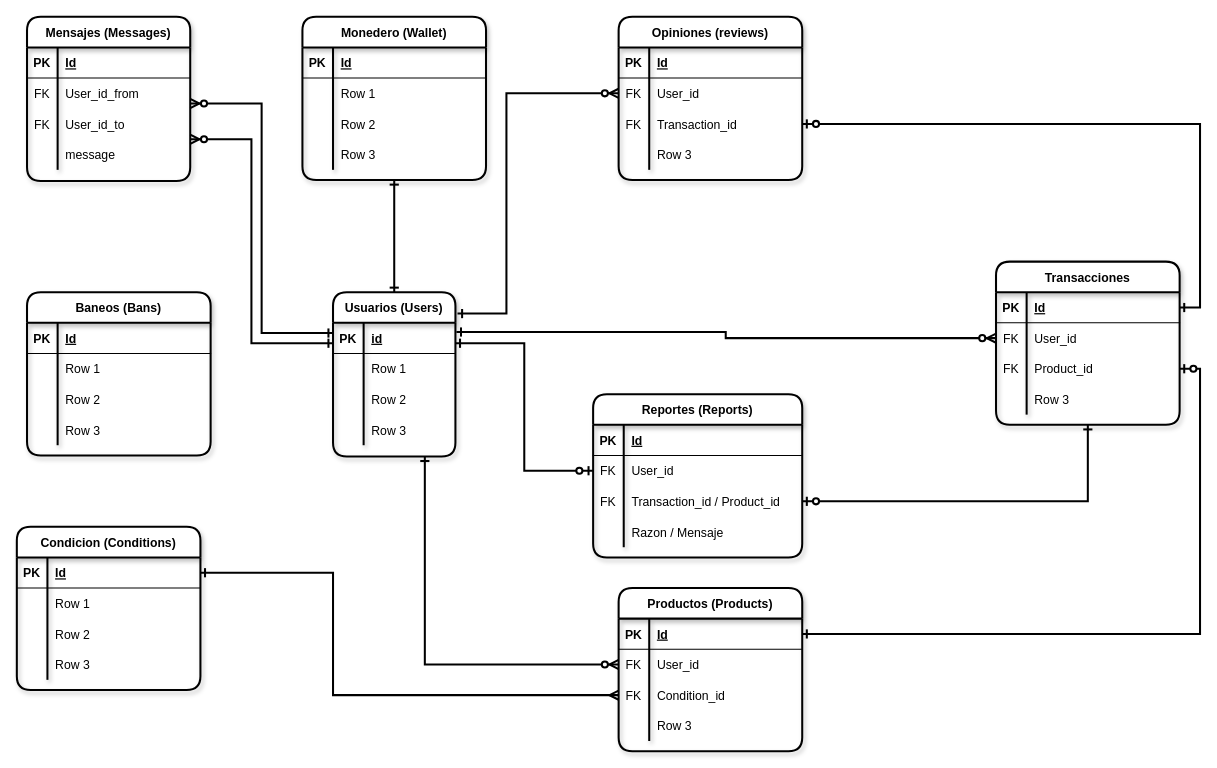
Above: document/ER_db_0.1.drawio in jflorido94/apiG4A (draw.io), before the change. Source tidied: cells renumbered, new cells numbered last; positions are measured from the earlier drawing's top-left corner, leaving out a move shared by most shapes. Both pictures are drawn from the tidied source at 102%, with x=0, y=0 at pixel (16, 16).
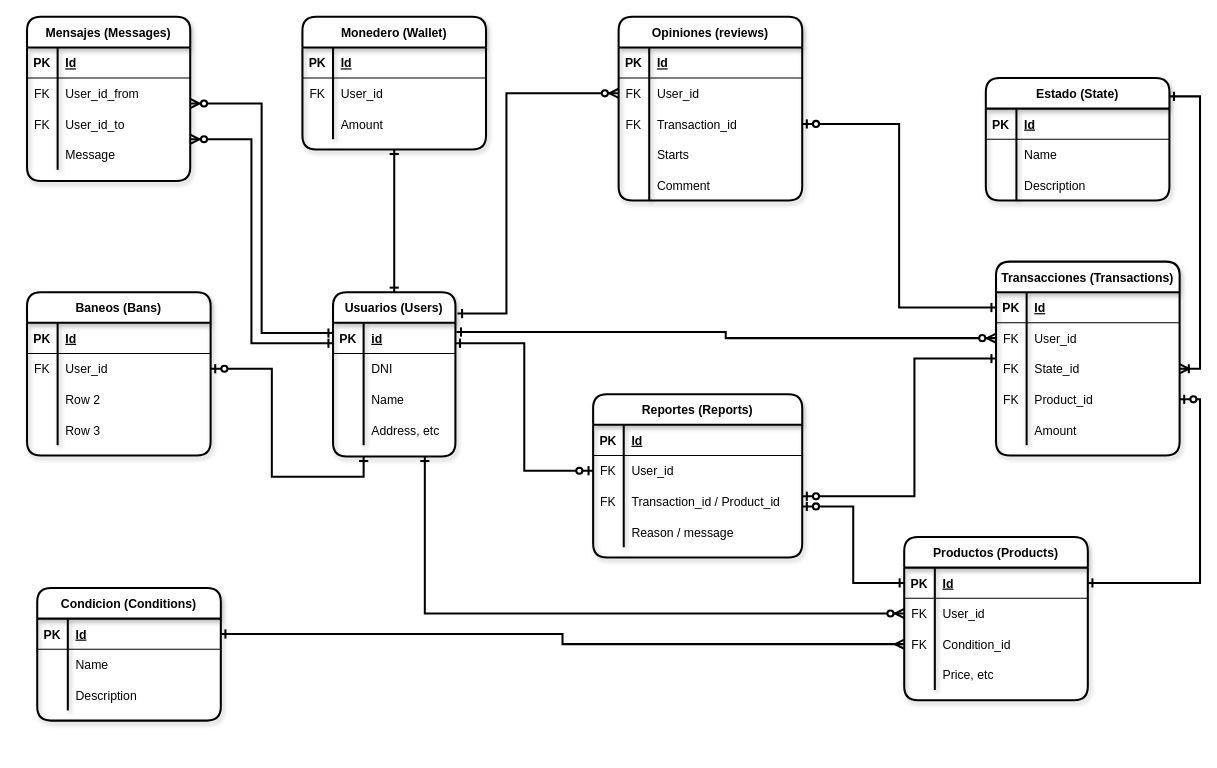
After the change.

Unchanged cells that the change refers to:
```xml
<mxCell id="2" value="Usuarios (Users)" style="shape=table;startSize=30;childLayout=tableLayout;rowLines=0;fontStyle=1;align=center;rounded=1;shadow=1;sketch=0;strokeWidth=2;" parent="1" vertex="1">
  <mxGeometry x="310" y="270" width="120" height="161" as="geometry" />
</mxCell>
<mxCell id="6" style="shape=partialRectangle;fillColor=none;top=0;left=0;bottom=0;right=0;" parent="2" vertex="1">
  <mxGeometry y="60" width="120" height="30" as="geometry" />
</mxCell>
<mxCell id="9" style="shape=partialRectangle;fillColor=none;top=0;left=0;bottom=0;right=0;" parent="2" vertex="1">
  <mxGeometry y="90" width="120" height="30" as="geometry" />
</mxCell>
<mxCell id="12" style="shape=partialRectangle;fillColor=none;top=0;left=0;bottom=0;right=0;" parent="2" vertex="1">
  <mxGeometry y="120" width="120" height="30" as="geometry" />
</mxCell>
<mxCell id="20" style="shape=partialRectangle;fillColor=none;top=0;left=0;bottom=0;right=0;" parent="16" vertex="1">
  <mxGeometry y="60" width="180" height="30" as="geometry" />
</mxCell>
<mxCell id="23" style="shape=partialRectangle;fillColor=none;top=0;left=0;bottom=0;right=0;" parent="16" vertex="1">
  <mxGeometry y="90" width="180" height="30" as="geometry" />
</mxCell>
<mxCell id="39" style="shape=partialRectangle;fillColor=none;top=0;left=0;bottom=0;right=0;" parent="29" vertex="1">
  <mxGeometry y="120" width="160" height="30" as="geometry" />
</mxCell>
<mxCell id="49" style="shape=partialRectangle;fillColor=none;top=0;left=0;bottom=0;right=0;points=[[0,0.5],[1,0.5]];portConstraint=eastwest;" parent="42" vertex="1">
  <mxGeometry y="90" width="180" height="30" as="geometry" />
</mxCell>
<mxCell id="52" style="shape=partialRectangle;fillColor=none;top=0;left=0;bottom=0;right=0;" parent="42" vertex="1">
  <mxGeometry y="120" width="180" height="30" as="geometry" />
</mxCell>
<mxCell id="57" style="shape=partialRectangle;fillColor=none;top=0;left=0;bottom=1;right=0;points=[[0,0.5],[1,0.5]];portConstraint=eastwest;" parent="56" vertex="1">
  <mxGeometry y="30" width="180" height="30" as="geometry" />
</mxCell>
<mxCell id="70" style="shape=partialRectangle;fillColor=none;top=0;left=0;bottom=1;right=0;points=[[0,0.5],[1,0.5]];portConstraint=eastwest;" parent="69" vertex="1">
  <mxGeometry y="30" width="180" height="30" as="geometry" />
</mxCell>
<mxCell id="76" style="shape=partialRectangle;fillColor=none;top=0;left=0;bottom=0;right=0;points=[[0,0.5],[1,0.5]];portConstraint=eastwest;" parent="69" vertex="1">
  <mxGeometry y="90" width="180" height="30" as="geometry" />
</mxCell>
<mxCell id="79" style="shape=partialRectangle;fillColor=none;top=0;left=0;bottom=0;right=0;" parent="69" vertex="1">
  <mxGeometry y="120" width="180" height="30" as="geometry" />
</mxCell>
<mxCell id="89" style="shape=partialRectangle;fillColor=none;top=0;left=0;bottom=0;right=0;points=[[0,0.5],[1,0.5]];portConstraint=eastwest;" parent="82" vertex="1">
  <mxGeometry y="90" width="205" height="30" as="geometry" />
</mxCell>
<mxCell id="92" style="shape=partialRectangle;fillColor=none;top=0;left=0;bottom=0;right=0;" parent="82" vertex="1">
  <mxGeometry y="120" width="205" height="30" as="geometry" />
</mxCell>
<mxCell id="99" style="shape=partialRectangle;fillColor=none;top=0;left=0;bottom=0;right=0;points=[[0,0.5],[1,0.5]];portConstraint=eastwest;" parent="95" vertex="1">
  <mxGeometry y="60" width="180" height="30" as="geometry" />
</mxCell>
<mxCell id="109" style="shape=partialRectangle;fillColor=none;top=0;left=0;bottom=1;right=0;points=[[0,0.5],[1,0.5]];portConstraint=eastwest;" parent="108" vertex="1">
  <mxGeometry y="30" width="180" height="30" as="geometry" />
</mxCell>
<mxCell id="112" style="shape=partialRectangle;fillColor=none;top=0;left=0;bottom=0;right=0;" parent="108" vertex="1">
  <mxGeometry y="60" width="180" height="30" as="geometry" />
</mxCell>
<mxCell id="115" style="shape=partialRectangle;fillColor=none;top=0;left=0;bottom=0;right=0;" parent="108" vertex="1">
  <mxGeometry y="90" width="180" height="30" as="geometry" />
</mxCell>
```

Change to the diagram source:
```diff
@@
-    <mxCell id="8" value="Row 1" style="shape=partialRectangle;fillColor=none;top=0;left=0;bottom=0;right=0;align=left;spacingLeft=6;overflow=hidden;" parent="6" vertex="1">
+    <mxCell id="8" value="DNI" style="shape=partialRectangle;fillColor=none;top=0;left=0;bottom=0;right=0;align=left;spacingLeft=6;overflow=hidden;" parent="6" vertex="1">
       <mxGeometry x="30" width="90" height="30" as="geometry" />
     </mxCell>
@@
-    <mxCell id="11" value="Row 2" style="shape=partialRectangle;fillColor=none;top=0;left=0;bottom=0;right=0;align=left;spacingLeft=6;overflow=hidden;" parent="9" vertex="1">
+    <mxCell id="11" value="Name" style="shape=partialRectangle;fillColor=none;top=0;left=0;bottom=0;right=0;align=left;spacingLeft=6;overflow=hidden;" parent="9" vertex="1">
       <mxGeometry x="30" width="90" height="30" as="geometry" />
     </mxCell>
@@
-    <mxCell id="14" value="Row 3" style="shape=partialRectangle;fillColor=none;top=0;left=0;bottom=0;right=0;align=left;spacingLeft=6;overflow=hidden;" parent="12" vertex="1">
+    <mxCell id="14" value="Address, etc" style="shape=partialRectangle;fillColor=none;top=0;left=0;bottom=0;right=0;align=left;spacingLeft=6;overflow=hidden;" parent="12" vertex="1">
       <mxGeometry x="30" width="90" height="30" as="geometry" />
     </mxCell>
@@
     <mxCell id="16" value="Monedero (Wallet)" style="shape=table;startSize=30;childLayout=tableLayout;rowLines=0;fontStyle=1;align=center;rounded=1;shadow=1;sketch=0;strokeColor=#000000;strokeWidth=2;fillColor=#ffffff;gradientColor=none;" parent="1" vertex="1">
-      <mxGeometry x="280" width="180" height="160" as="geometry" />
+      <mxGeometry x="280" width="180" height="130" as="geometry" />
     </mxCell>
@@
-    <mxCell id="21" style="shape=partialRectangle;fillColor=none;top=0;left=0;bottom=0;right=0;overflow=hidden;" parent="20" vertex="1">
+    <mxCell id="21" value="FK" style="shape=partialRectangle;fillColor=none;top=0;left=0;bottom=0;right=0;overflow=hidden;" parent="20" vertex="1">
       <mxGeometry width="30" height="30" as="geometry" />
     </mxCell>
-    <mxCell id="22" value="Row 1" style="shape=partialRectangle;fillColor=none;top=0;left=0;bottom=0;right=0;align=left;spacingLeft=6;overflow=hidden;" parent="20" vertex="1">
+    <mxCell id="22" value="User_id" style="shape=partialRectangle;fillColor=none;top=0;left=0;bottom=0;right=0;align=left;spacingLeft=6;overflow=hidden;" parent="20" vertex="1">
       <mxGeometry x="30" width="150" height="30" as="geometry" />
     </mxCell>
@@
-    <mxCell id="25" value="Row 2" style="shape=partialRectangle;fillColor=none;top=0;left=0;bottom=0;right=0;align=left;spacingLeft=6;overflow=hidden;" parent="23" vertex="1">
+    <mxCell id="25" value="Amount" style="shape=partialRectangle;fillColor=none;top=0;left=0;bottom=0;right=0;align=left;spacingLeft=6;overflow=hidden;" parent="23" vertex="1">
       <mxGeometry x="30" width="150" height="30" as="geometry" />
     </mxCell>
-    <mxCell id="26" style="shape=partialRectangle;fillColor=none;top=0;left=0;bottom=0;right=0;" parent="16" vertex="1">
-      <mxGeometry y="120" width="180" height="30" as="geometry" />
-    </mxCell>
-    <mxCell id="27" style="shape=partialRectangle;fillColor=none;top=0;left=0;bottom=0;right=0;overflow=hidden;" parent="26" vertex="1">
-      <mxGeometry width="30" height="30" as="geometry" />
-    </mxCell>
-    <mxCell id="28" value="Row 3" style="shape=partialRectangle;fillColor=none;top=0;left=0;bottom=0;right=0;align=left;spacingLeft=6;overflow=hidden;" parent="26" vertex="1">
-      <mxGeometry x="30" width="150" height="30" as="geometry" />
-    </mxCell>
@@
-    <mxCell id="41" value="message" style="shape=partialRectangle;fillColor=none;top=0;left=0;bottom=0;right=0;align=left;spacingLeft=6;overflow=hidden;" parent="39" vertex="1">
+    <mxCell id="41" value="Message" style="shape=partialRectangle;fillColor=none;top=0;left=0;bottom=0;right=0;align=left;spacingLeft=6;overflow=hidden;" parent="39" vertex="1">
       <mxGeometry x="30" width="130" height="30" as="geometry" />
     </mxCell>
     <mxCell id="42" value="Opiniones (reviews)" style="shape=table;startSize=30;childLayout=tableLayout;rowLines=0;fontStyle=1;align=center;rounded=1;shadow=1;sketch=0;strokeColor=#000000;strokeWidth=2;fillColor=#ffffff;gradientColor=none;" parent="1" vertex="1">
-      <mxGeometry x="590" width="180" height="160" as="geometry" />
+      <mxGeometry x="590" width="180" height="180" as="geometry" />
     </mxCell>
@@
-    <mxCell id="54" value="Row 3" style="shape=partialRectangle;fillColor=none;top=0;left=0;bottom=0;right=0;align=left;spacingLeft=6;overflow=hidden;" parent="52" vertex="1">
+    <mxCell id="54" value="Starts" style="shape=partialRectangle;fillColor=none;top=0;left=0;bottom=0;right=0;align=left;spacingLeft=6;overflow=hidden;" parent="52" vertex="1">
       <mxGeometry x="30" width="150" height="30" as="geometry" />
     </mxCell>
+    <mxCell id="130" style="shape=partialRectangle;fillColor=none;top=0;left=0;bottom=0;right=0;rounded=1;shadow=1;sketch=0;strokeColor=#000000;strokeWidth=2;" parent="42" vertex="1">
+      <mxGeometry y="150" width="180" height="30" as="geometry" />
+    </mxCell>
+    <mxCell id="131" style="shape=partialRectangle;fillColor=none;top=0;left=0;bottom=0;right=0;overflow=hidden;" parent="130" vertex="1">
+      <mxGeometry width="30" height="30" as="geometry" />
+    </mxCell>
+    <mxCell id="132" value="Comment" style="shape=partialRectangle;fillColor=none;top=0;left=0;bottom=0;right=0;align=left;spacingLeft=6;overflow=hidden;" parent="130" vertex="1">
+      <mxGeometry x="30" width="150" height="30" as="geometry" />
+    </mxCell>
-    <mxCell id="55" style="edgeStyle=orthogonalEdgeStyle;rounded=0;sketch=0;jettySize=auto;html=1;entryX=1;entryY=0.5;entryDx=0;entryDy=0;shadow=0;startArrow=ERone;startFill=0;endArrow=ERzeroToOne;endFill=1;strokeWidth=2;" parent="1" edge="1" source="56" target="89">
-      <mxGeometry relative="1" as="geometry" />
+    <mxCell id="55" style="edgeStyle=orthogonalEdgeStyle;rounded=0;sketch=0;jettySize=auto;html=1;shadow=0;startArrow=ERone;startFill=0;endArrow=ERzeroToOne;endFill=1;strokeWidth=2;" parent="1" edge="1" source="56">
+      <mxGeometry relative="1" as="geometry">
+        <mxPoint x="770" y="470" as="targetPoint" />
+        <Array as="points">
+          <mxPoint x="880" y="335" />
+          <mxPoint x="880" y="470" />
+        </Array>
+      </mxGeometry>
     </mxCell>
+    <mxCell id="133" style="edgeStyle=orthogonalEdgeStyle;rounded=0;sketch=0;jettySize=auto;html=1;shadow=0;startArrow=ERoneToMany;startFill=0;endArrow=ERone;endFill=0;strokeWidth=2;exitX=1;exitY=0.5;exitDx=0;exitDy=0;entryX=1;entryY=0.15;entryDx=0;entryDy=0;entryPerimeter=0;" parent="1" edge="1" source="66" target="137">
+      <mxGeometry relative="1" as="geometry" />
+    </mxCell>
-    <mxCell id="56" value="Transacciones" style="shape=table;startSize=30;childLayout=tableLayout;rowLines=0;fontStyle=1;align=center;rounded=1;shadow=1;sketch=0;strokeColor=#000000;strokeWidth=2;fillColor=#ffffff;gradientColor=none;" parent="1" vertex="1">
-      <mxGeometry x="960" y="240" width="180" height="160" as="geometry" />
+    <mxCell id="56" value="Transacciones (Transactions)" style="shape=table;startSize=30;childLayout=tableLayout;rowLines=0;fontStyle=1;align=center;rounded=1;shadow=1;sketch=0;strokeColor=#000000;strokeWidth=2;fillColor=#ffffff;gradientColor=none;" parent="1" vertex="1">
+      <mxGeometry x="960" y="240" width="180" height="190" as="geometry" />
     </mxCell>
@@
+    <mxCell id="66" style="shape=partialRectangle;fillColor=none;top=0;left=0;bottom=0;right=0;points=[[0,0.5],[1,0.5]];portConstraint=eastwest;" parent="56" vertex="1">
+      <mxGeometry y="90" width="180" height="30" as="geometry" />
+    </mxCell>
+    <mxCell id="67" value="FK" style="shape=partialRectangle;fillColor=none;top=0;left=0;bottom=0;right=0;overflow=hidden;" parent="66" vertex="1">
+      <mxGeometry width="30" height="30" as="geometry" />
+    </mxCell>
+    <mxCell id="68" value="State_id" style="shape=partialRectangle;fillColor=none;top=0;left=0;bottom=0;right=0;align=left;spacingLeft=6;overflow=hidden;" parent="66" vertex="1">
+      <mxGeometry x="30" width="150" height="30" as="geometry" />
+    </mxCell>
     <mxCell id="63" style="shape=partialRectangle;fillColor=none;top=0;left=0;bottom=0;right=0;points=[[0,0.5],[1,0.5]];portConstraint=eastwest;" parent="56" vertex="1">
-      <mxGeometry y="90" width="180" height="30" as="geometry" />
+      <mxGeometry y="120" width="180" height="30" as="geometry" />
     </mxCell>
@@
-    <mxCell id="66" style="shape=partialRectangle;fillColor=none;top=0;left=0;bottom=0;right=0;points=[[0,0.5],[1,0.5]];portConstraint=eastwest;" parent="56" vertex="1">
-      <mxGeometry y="120" width="180" height="30" as="geometry" />
-    </mxCell>
-    <mxCell id="67" style="shape=partialRectangle;fillColor=none;top=0;left=0;bottom=0;right=0;overflow=hidden;" parent="66" vertex="1">
-      <mxGeometry width="30" height="30" as="geometry" />
-    </mxCell>
-    <mxCell id="68" value="Row 3" style="shape=partialRectangle;fillColor=none;top=0;left=0;bottom=0;right=0;align=left;spacingLeft=6;overflow=hidden;" parent="66" vertex="1">
-      <mxGeometry x="30" width="150" height="30" as="geometry" />
-    </mxCell>
+    <mxCell id="134" style="shape=partialRectangle;fillColor=none;top=0;left=0;bottom=0;right=0;rounded=1;shadow=1;sketch=0;strokeColor=#000000;strokeWidth=2;" parent="56" vertex="1">
+      <mxGeometry y="150" width="180" height="30" as="geometry" />
+    </mxCell>
+    <mxCell id="135" style="shape=partialRectangle;fillColor=none;top=0;left=0;bottom=0;right=0;overflow=hidden;" parent="134" vertex="1">
+      <mxGeometry width="30" height="30" as="geometry" />
+    </mxCell>
+    <mxCell id="136" value="Amount" style="shape=partialRectangle;fillColor=none;top=0;left=0;bottom=0;right=0;align=left;spacingLeft=6;overflow=hidden;" parent="134" vertex="1">
+      <mxGeometry x="30" width="150" height="30" as="geometry" />
+    </mxCell>
     <mxCell id="69" value="Productos (Products)" style="shape=table;startSize=30;childLayout=tableLayout;rowLines=0;fontStyle=1;align=center;rounded=1;shadow=1;sketch=0;strokeColor=#000000;strokeWidth=2;fillColor=#ffffff;gradientColor=none;" parent="1" vertex="1">
-      <mxGeometry x="590" y="560" width="180" height="160" as="geometry" />
+      <mxGeometry x="870" y="510" width="180" height="160" as="geometry" />
     </mxCell>
@@
-    <mxCell id="81" value="Row 3" style="shape=partialRectangle;fillColor=none;top=0;left=0;bottom=0;right=0;align=left;spacingLeft=6;overflow=hidden;" parent="79" vertex="1">
+    <mxCell id="81" value="Price, etc" style="shape=partialRectangle;fillColor=none;top=0;left=0;bottom=0;right=0;align=left;spacingLeft=6;overflow=hidden;" parent="79" vertex="1">
       <mxGeometry x="30" width="150" height="30" as="geometry" />
     </mxCell>
@@
-    <mxCell id="94" value="Razon / Mensaje" style="shape=partialRectangle;fillColor=none;top=0;left=0;bottom=0;right=0;align=left;spacingLeft=6;overflow=hidden;" parent="92" vertex="1">
+    <mxCell id="94" value="Reason / message" style="shape=partialRectangle;fillColor=none;top=0;left=0;bottom=0;right=0;align=left;spacingLeft=6;overflow=hidden;" parent="92" vertex="1">
       <mxGeometry x="30" width="175" height="30" as="geometry" />
     </mxCell>
@@
-    <mxCell id="100" style="shape=partialRectangle;fillColor=none;top=0;left=0;bottom=0;right=0;overflow=hidden;" parent="99" vertex="1">
+    <mxCell id="100" value="FK" style="shape=partialRectangle;fillColor=none;top=0;left=0;bottom=0;right=0;overflow=hidden;" parent="99" vertex="1">
       <mxGeometry width="30" height="30" as="geometry" />
     </mxCell>
-    <mxCell id="101" value="Row 1" style="shape=partialRectangle;fillColor=none;top=0;left=0;bottom=0;right=0;align=left;spacingLeft=6;overflow=hidden;" parent="99" vertex="1">
+    <mxCell id="101" value="User_id" style="shape=partialRectangle;fillColor=none;top=0;left=0;bottom=0;right=0;align=left;spacingLeft=6;overflow=hidden;" parent="99" vertex="1">
       <mxGeometry x="30" width="150" height="30" as="geometry" />
     </mxCell>
@@
     <mxCell id="108" value="Condicion (Conditions)" style="shape=table;startSize=30;childLayout=tableLayout;rowLines=0;fontStyle=1;align=center;rounded=1;shadow=1;sketch=0;strokeColor=#000000;strokeWidth=2;fillColor=#ffffff;gradientColor=none;" parent="1" vertex="1">
-      <mxGeometry y="500" width="180" height="160" as="geometry" />
+      <mxGeometry x="20" y="560" width="180" height="130" as="geometry" />
     </mxCell>
@@
-    <mxCell id="114" value="Row 1" style="shape=partialRectangle;fillColor=none;top=0;left=0;bottom=0;right=0;align=left;spacingLeft=6;overflow=hidden;" parent="112" vertex="1">
+    <mxCell id="114" value="Name" style="shape=partialRectangle;fillColor=none;top=0;left=0;bottom=0;right=0;align=left;spacingLeft=6;overflow=hidden;" parent="112" vertex="1">
       <mxGeometry x="30" width="150" height="30" as="geometry" />
     </mxCell>
@@
-    <mxCell id="117" value="Row 2" style="shape=partialRectangle;fillColor=none;top=0;left=0;bottom=0;right=0;align=left;spacingLeft=6;overflow=hidden;" parent="115" vertex="1">
+    <mxCell id="117" value="Description" style="shape=partialRectangle;fillColor=none;top=0;left=0;bottom=0;right=0;align=left;spacingLeft=6;overflow=hidden;" parent="115" vertex="1">
       <mxGeometry x="30" width="150" height="30" as="geometry" />
     </mxCell>
-    <mxCell id="118" style="shape=partialRectangle;fillColor=none;top=0;left=0;bottom=0;right=0;" parent="108" vertex="1">
-      <mxGeometry y="120" width="180" height="30" as="geometry" />
-    </mxCell>
-    <mxCell id="119" style="shape=partialRectangle;fillColor=none;top=0;left=0;bottom=0;right=0;overflow=hidden;" parent="118" vertex="1">
-      <mxGeometry width="30" height="30" as="geometry" />
-    </mxCell>
-    <mxCell id="120" value="Row 3" style="shape=partialRectangle;fillColor=none;top=0;left=0;bottom=0;right=0;align=left;spacingLeft=6;overflow=hidden;" parent="118" vertex="1">
-      <mxGeometry x="30" width="150" height="30" as="geometry" />
-    </mxCell>
@@
     <mxCell id="122" style="edgeStyle=orthogonalEdgeStyle;rounded=0;sketch=0;jettySize=auto;html=1;exitX=0;exitY=0.5;exitDx=0;exitDy=0;entryX=1;entryY=0.5;entryDx=0;entryDy=0;shadow=0;startArrow=ERmany;startFill=0;endArrow=ERone;endFill=0;strokeWidth=2;" parent="1" edge="1" source="76" target="109">
-      <mxGeometry relative="1" as="geometry">
-        <Array as="points">
-          <mxPoint x="310" y="665" />
-          <mxPoint x="310" y="545" />
-        </Array>
-      </mxGeometry>
+      <mxGeometry relative="1" as="geometry" />
     </mxCell>
@@
-    <mxCell id="128" style="edgeStyle=orthogonalEdgeStyle;rounded=0;sketch=0;jettySize=auto;html=1;shadow=0;startArrow=ERzeroToOne;startFill=1;endArrow=ERone;endFill=0;strokeWidth=2;entryX=1;entryY=0.5;entryDx=0;entryDy=0;" parent="1" edge="1" source="49" target="57">
+    <mxCell id="128" style="edgeStyle=orthogonalEdgeStyle;rounded=0;sketch=0;jettySize=auto;html=1;shadow=0;startArrow=ERzeroToOne;startFill=1;endArrow=ERone;endFill=0;strokeWidth=2;entryX=0;entryY=0.5;entryDx=0;entryDy=0;" parent="1" edge="1" source="49" target="57">
       <mxGeometry relative="1" as="geometry" />
     </mxCell>
@@
+    <mxCell id="137" value="Estado (State)" style="shape=table;startSize=30;childLayout=tableLayout;rowLines=0;fontStyle=1;align=center;rounded=1;shadow=1;sketch=0;strokeColor=#000000;strokeWidth=2;fillColor=#ffffff;gradientColor=none;" parent="1" vertex="1">
+      <mxGeometry x="950" y="60" width="180" height="120" as="geometry" />
+    </mxCell>
+    <mxCell id="138" style="shape=partialRectangle;fillColor=none;top=0;left=0;bottom=1;right=0;" parent="137" vertex="1">
+      <mxGeometry y="30" width="180" height="30" as="geometry" />
+    </mxCell>
+    <mxCell id="139" value="PK" style="shape=partialRectangle;fillColor=none;top=0;left=0;bottom=0;right=0;fontStyle=1;overflow=hidden;" parent="138" vertex="1">
+      <mxGeometry width="30" height="30" as="geometry" />
+    </mxCell>
+    <mxCell id="140" value="Id" style="shape=partialRectangle;fillColor=none;top=0;left=0;bottom=0;right=0;align=left;spacingLeft=6;fontStyle=5;overflow=hidden;" parent="138" vertex="1">
+      <mxGeometry x="30" width="150" height="30" as="geometry" />
+    </mxCell>
+    <mxCell id="141" style="shape=partialRectangle;fillColor=none;top=0;left=0;bottom=0;right=0;" parent="137" vertex="1">
+      <mxGeometry y="60" width="180" height="30" as="geometry" />
+    </mxCell>
+    <mxCell id="142" style="shape=partialRectangle;fillColor=none;top=0;left=0;bottom=0;right=0;overflow=hidden;" parent="141" vertex="1">
+      <mxGeometry width="30" height="30" as="geometry" />
+    </mxCell>
+    <mxCell id="143" value="Name" style="shape=partialRectangle;fillColor=none;top=0;left=0;bottom=0;right=0;align=left;spacingLeft=6;overflow=hidden;" parent="141" vertex="1">
+      <mxGeometry x="30" width="150" height="30" as="geometry" />
+    </mxCell>
+    <mxCell id="144" style="shape=partialRectangle;fillColor=none;top=0;left=0;bottom=0;right=0;" parent="137" vertex="1">
+      <mxGeometry y="90" width="180" height="30" as="geometry" />
+    </mxCell>
+    <mxCell id="145" style="shape=partialRectangle;fillColor=none;top=0;left=0;bottom=0;right=0;overflow=hidden;" parent="144" vertex="1">
+      <mxGeometry width="30" height="30" as="geometry" />
+    </mxCell>
+    <mxCell id="146" value="Description" style="shape=partialRectangle;fillColor=none;top=0;left=0;bottom=0;right=0;align=left;spacingLeft=6;overflow=hidden;" parent="144" vertex="1">
+      <mxGeometry x="30" width="150" height="30" as="geometry" />
+    </mxCell>
+    <mxCell id="147" style="edgeStyle=orthogonalEdgeStyle;rounded=0;sketch=0;jettySize=auto;html=1;entryX=0.25;entryY=1;entryDx=0;entryDy=0;shadow=0;startArrow=ERzeroToOne;startFill=1;endArrow=ERone;endFill=0;strokeWidth=2;" parent="1" edge="1" source="99" target="2">
+      <mxGeometry relative="1" as="geometry" />
+    </mxCell>
+    <mxCell id="148" style="edgeStyle=orthogonalEdgeStyle;rounded=0;sketch=0;jettySize=auto;html=1;entryX=1;entryY=0.667;entryDx=0;entryDy=0;shadow=0;startArrow=ERone;startFill=0;endArrow=ERzeroToOne;endFill=1;strokeWidth=2;entryPerimeter=0;" parent="1" edge="1" source="70" target="89">
+      <mxGeometry relative="1" as="geometry" />
+    </mxCell>
```
